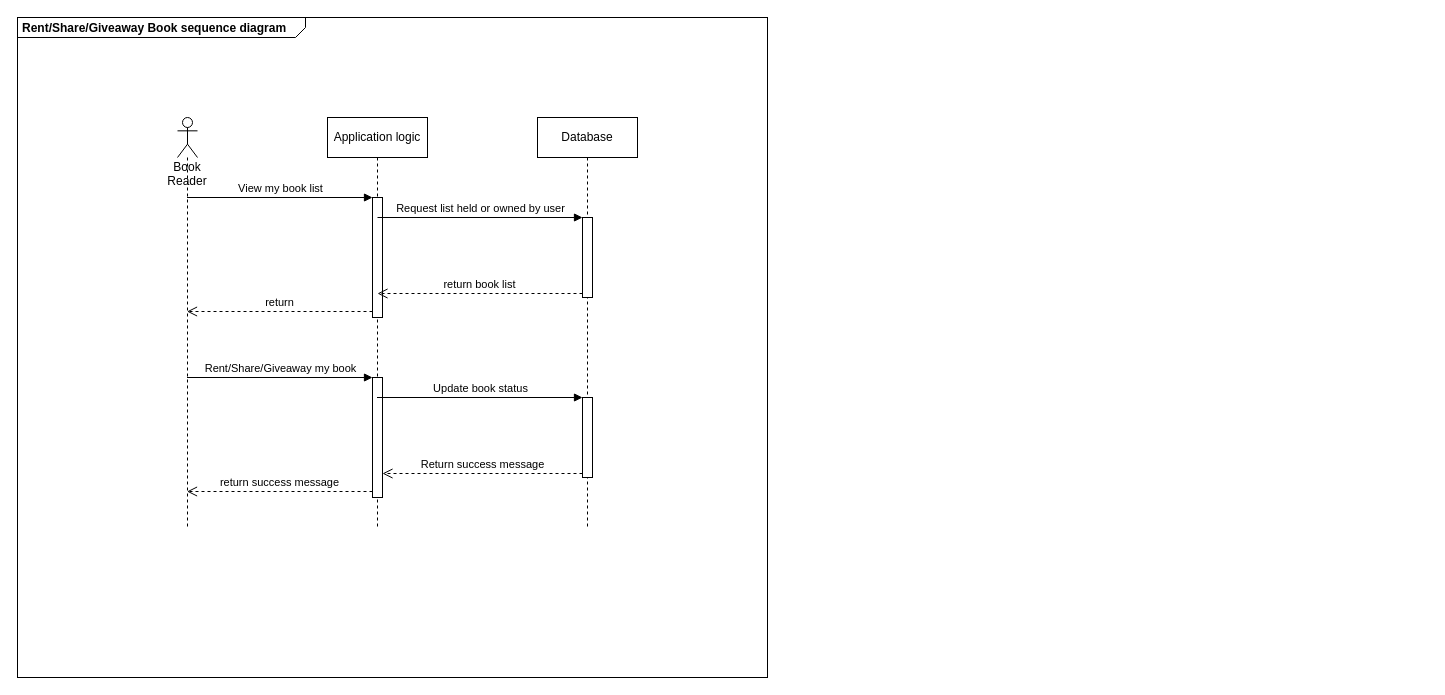
Before: BluePrint/BookShareSequenceDiagramPart2.drawio in Minh-BuiQuang/CSIS3175TermProject, a draw.io diagram. Source tidied: cells renumbered, new cells numbered last; positions are measured from the earlier drawing's top-left corner, leaving out a move shared by most shapes. Both pictures are drawn from the tidied source at 100%, with x=0, y=0 at pixel (17, 17).
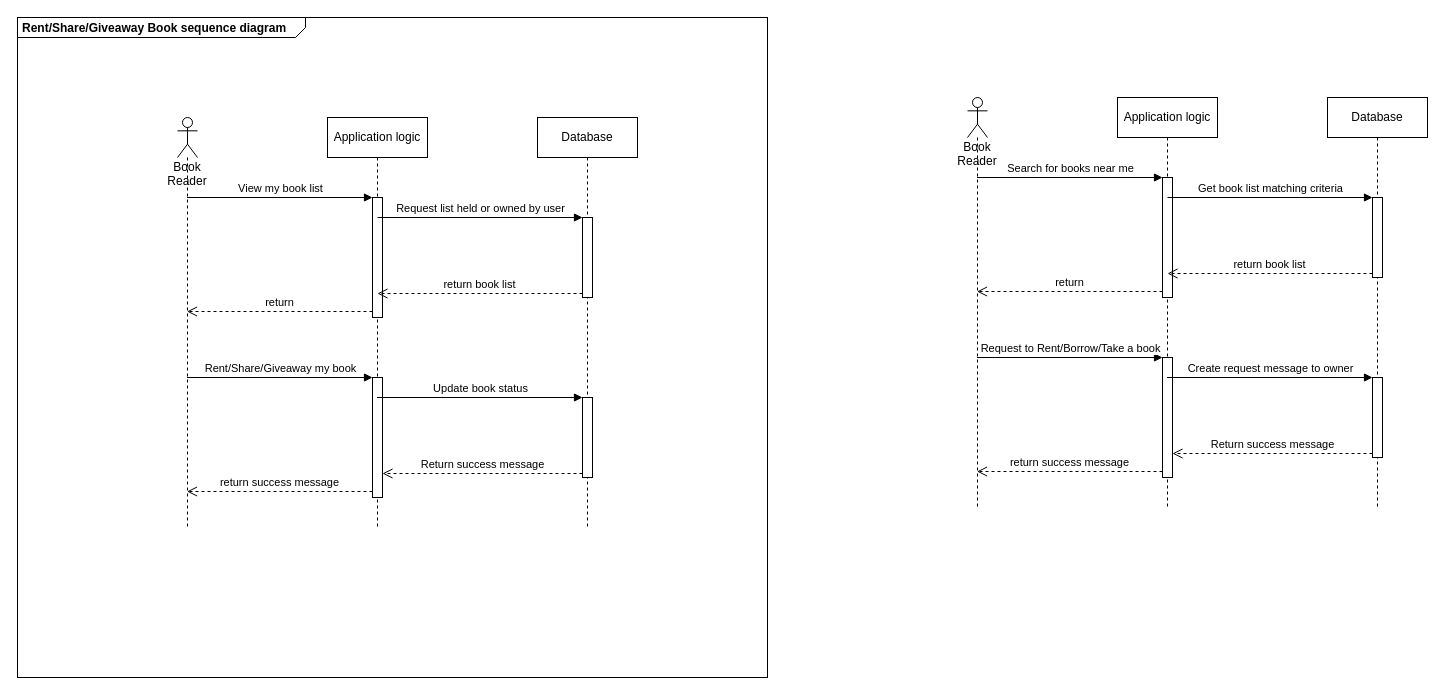
The same diagram, later.

Commit message (it also covers changes not shown here):
Add back in a deleted use case

Diff of the diagram source:
```diff
@@
+    <mxCell id="18" value="Book Reader" style="shape=umlLifeline;participant=umlActor;perimeter=lifelinePerimeter;whiteSpace=wrap;html=1;verticalAlign=top;spacingTop=36;outlineConnect=0;" parent="1" vertex="1">
+      <mxGeometry x="950" y="80" width="20" height="410" as="geometry" />
+    </mxCell>
+    <mxCell id="19" value="Application logic" style="shape=umlLifeline;perimeter=lifelinePerimeter;whiteSpace=wrap;html=1;outlineConnect=0;" parent="1" vertex="1">
+      <mxGeometry x="1100" y="80" width="100" height="410" as="geometry" />
+    </mxCell>
+    <mxCell id="20" style="html=1;points=[];perimeter=orthogonalPerimeter;" parent="19" vertex="1">
+      <mxGeometry x="45" y="80" width="10" height="120" as="geometry" />
+    </mxCell>
+    <mxCell id="21" style="html=1;points=[];perimeter=orthogonalPerimeter;" parent="19" vertex="1">
+      <mxGeometry x="45" y="260" width="10" height="120" as="geometry" />
+    </mxCell>
+    <mxCell id="22" value="Database" style="shape=umlLifeline;perimeter=lifelinePerimeter;whiteSpace=wrap;html=1;" parent="1" vertex="1">
+      <mxGeometry x="1310" y="80" width="100" height="410" as="geometry" />
+    </mxCell>
+    <mxCell id="23" style="html=1;points=[];perimeter=orthogonalPerimeter;" parent="22" vertex="1">
+      <mxGeometry x="45" y="100" width="10" height="80" as="geometry" />
+    </mxCell>
+    <mxCell id="24" style="html=1;points=[];perimeter=orthogonalPerimeter;" parent="22" vertex="1">
+      <mxGeometry x="45" y="280" width="10" height="80" as="geometry" />
+    </mxCell>
+    <mxCell id="25" value="Search for books near me" style="html=1;verticalAlign=bottom;endArrow=block;entryX=0;entryY=0;rounded=0;" parent="1" edge="1" source="18" target="20">
+      <mxGeometry relative="1" as="geometry" />
+    </mxCell>
+    <mxCell id="26" value="return" style="html=1;verticalAlign=bottom;endArrow=open;dashed=1;endSize=8;exitX=0;exitY=0.95;rounded=0;" parent="1" edge="1" source="20" target="18">
+      <mxGeometry relative="1" as="geometry" />
+    </mxCell>
+    <mxCell id="27" value="Get book list matching criteria" style="html=1;verticalAlign=bottom;endArrow=block;entryX=0;entryY=0;rounded=0;" parent="1" edge="1" target="23">
+      <mxGeometry relative="1" as="geometry">
+        <mxPoint x="1150" y="180" as="sourcePoint" />
+      </mxGeometry>
+    </mxCell>
+    <mxCell id="28" value="return book list" style="html=1;verticalAlign=bottom;endArrow=open;dashed=1;endSize=8;exitX=0;exitY=0.95;rounded=0;" parent="1" edge="1" source="23">
+      <mxGeometry relative="1" as="geometry">
+        <mxPoint x="1150" y="256" as="targetPoint" />
+      </mxGeometry>
+    </mxCell>
+    <mxCell id="29" value="Request to Rent/Borrow/Take a book" style="html=1;verticalAlign=bottom;endArrow=block;entryX=0;entryY=0;rounded=0;" parent="1" edge="1" source="18" target="21">
+      <mxGeometry relative="1" as="geometry" />
+    </mxCell>
+    <mxCell id="30" value="return success message" style="html=1;verticalAlign=bottom;endArrow=open;dashed=1;endSize=8;exitX=0;exitY=0.95;rounded=0;" parent="1" edge="1" source="21" target="18">
+      <mxGeometry relative="1" as="geometry" />
+    </mxCell>
+    <mxCell id="31" value="Create request message to owner" style="html=1;verticalAlign=bottom;endArrow=block;entryX=0;entryY=0;rounded=0;" parent="1" edge="1" source="19" target="24">
+      <mxGeometry relative="1" as="geometry" />
+    </mxCell>
+    <mxCell id="32" value="Return success message" style="html=1;verticalAlign=bottom;endArrow=open;dashed=1;endSize=8;exitX=0;exitY=0.95;rounded=0;" parent="1" edge="1" source="24" target="21">
+      <mxGeometry relative="1" as="geometry" />
+    </mxCell>
```
